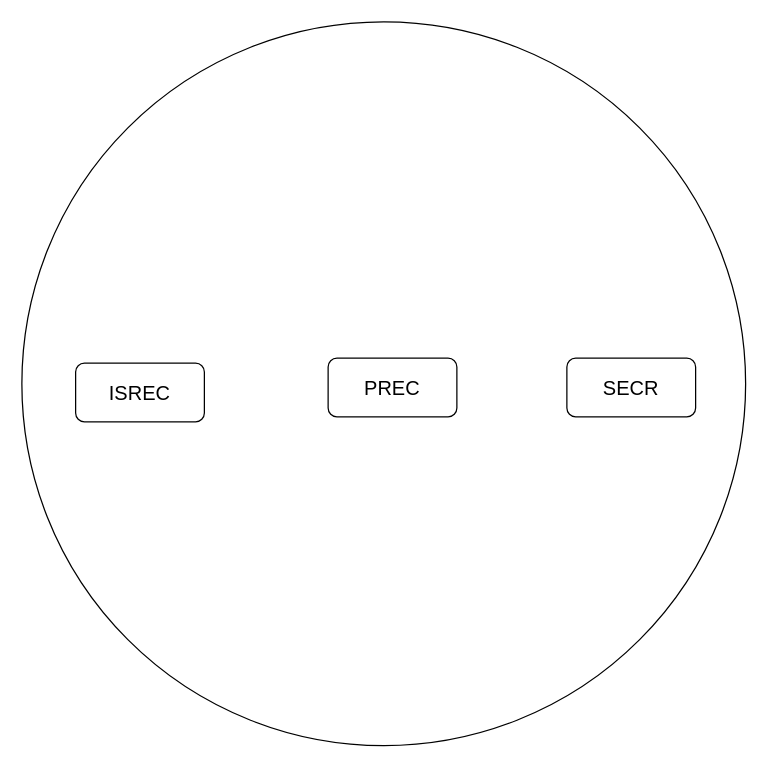
This is Diagrama sin título.drawio from EstebanGitPro/AdminFinanazas, a draw.io file, before an edit. Source tidied: cells renumbered, new cells numbered last; positions are measured from the earlier drawing's top-left corner, leaving out a move shared by most shapes. Both pictures are drawn from the tidied source at 125%, with x=0, y=0 at pixel (21, 21).
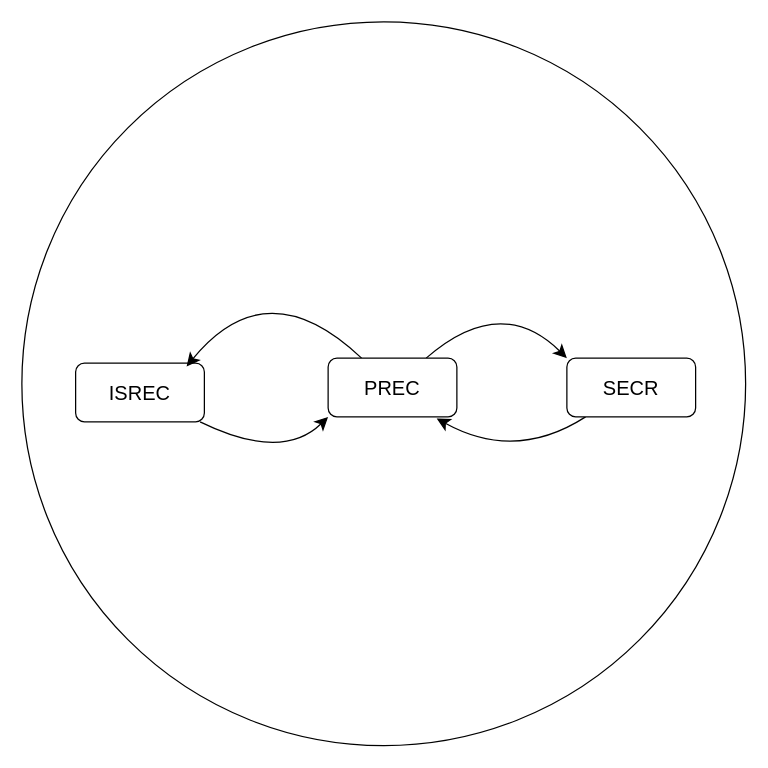
Above is the later version.

Change to the diagram source:
```diff
@@
 <mxGraphModel>
   <root>
     <mxCell id="0" />
     <mxCell id="1" parent="0" />
     <mxCell id="2" style="ellipse;whiteSpace=wrap;html=1;fontSize=16;" parent="1" vertex="1">
       <mxGeometry width="579" height="579" as="geometry" />
     </mxCell>
+    <mxCell id="6" style="edgeStyle=none;curved=1;rounded=0;jettySize=auto;html=1;entryX=0;entryY=1;entryDx=0;entryDy=0;fontSize=12;startSize=8;endSize=8;" parent="1" edge="1" source="3" target="5">
+      <mxGeometry relative="1" as="geometry">
+        <Array as="points">
+          <mxPoint x="208" y="352" />
+        </Array>
+      </mxGeometry>
+    </mxCell>
     <mxCell id="3" value="ISREC" style="rounded=1;whiteSpace=wrap;html=1;fontSize=16;" parent="1" vertex="1">
       <mxGeometry x="43" y="273" width="103" height="47" as="geometry" />
     </mxCell>
+    <mxCell id="7" style="edgeStyle=none;curved=1;rounded=0;jettySize=auto;html=1;entryX=0.843;entryY=1.028;entryDx=0;entryDy=0;entryPerimeter=0;fontSize=12;startSize=8;endSize=8;" parent="1" edge="1" source="4" target="5">
+      <mxGeometry relative="1" as="geometry">
+        <Array as="points">
+          <mxPoint x="395" y="352" />
+        </Array>
+      </mxGeometry>
+    </mxCell>
     <mxCell id="4" value="SECR" style="rounded=1;whiteSpace=wrap;html=1;fontSize=16;" parent="1" vertex="1">
       <mxGeometry x="436" y="269" width="103" height="47" as="geometry" />
     </mxCell>
+    <mxCell id="8" style="edgeStyle=none;curved=1;rounded=0;jettySize=auto;html=1;entryX=0.862;entryY=0.057;entryDx=0;entryDy=0;entryPerimeter=0;fontSize=12;startSize=8;endSize=8;" parent="1" edge="1" source="5" target="3">
+      <mxGeometry relative="1" as="geometry">
+        <Array as="points">
+          <mxPoint x="196" y="197" />
+        </Array>
+      </mxGeometry>
+    </mxCell>
+    <mxCell id="9" style="edgeStyle=none;curved=1;rounded=0;jettySize=auto;html=1;entryX=0;entryY=0;entryDx=0;entryDy=0;fontSize=12;startSize=8;endSize=8;" parent="1" edge="1" source="5" target="4">
+      <mxGeometry relative="1" as="geometry">
+        <Array as="points">
+          <mxPoint x="383" y="217" />
+        </Array>
+      </mxGeometry>
+    </mxCell>
     <mxCell id="5" value="PREC" style="rounded=1;whiteSpace=wrap;html=1;fontSize=16;" parent="1" vertex="1">
       <mxGeometry x="245" y="269" width="103" height="47" as="geometry" />
     </mxCell>
   </root>
 </mxGraphModel>
```
